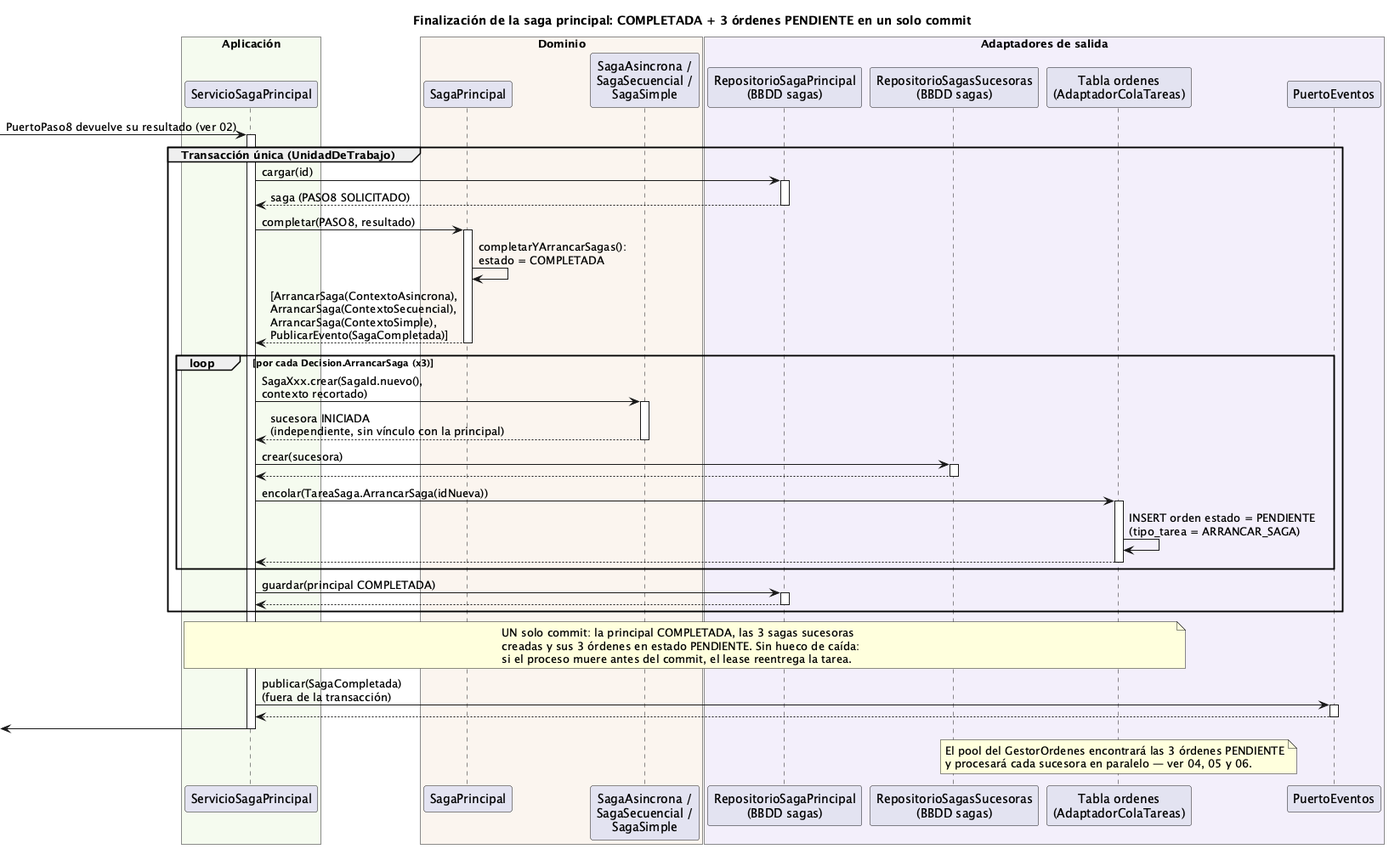
Earlier version of the PlantUML export order-manager/docs/03-finalizacion-saga-principal.png (ralcazar/patrones). The source it was exported from:
```plantuml
@startuml 03-finalizacion-saga-principal
title Finalización de la saga principal: COMPLETADA + 3 órdenes PENDIENTE en un solo commit

box "Aplicación" #F5FBEF
  participant "ServicioSagaPrincipal" as SVC
end box
box "Dominio" #FBF5EF
  participant "SagaPrincipal" as SAGA
  participant "SagaAsincrona /\nSagaSecuencial /\nSagaSimple" as SUC
end box
box "Adaptadores de salida" #F3EFFB
  participant "RepositorioSagaPrincipal\n(BBDD sagas)" as REPO
  participant "RepositorioSagasSucesoras\n(BBDD sagas)" as REPOS
  participant "Tabla ordenes\n(AdaptadorColaTareas)" as ORD
  participant "PuertoEventos" as EVT
end box

[-> SVC : PuertoPaso8 devuelve su resultado (ver 02)
activate SVC

group Transacción única (UnidadDeTrabajo)
  SVC -> REPO ++ : cargar(id)
  return saga (PASO8 SOLICITADO)
  SVC -> SAGA ++ : completar(PASO8, resultado)
  SAGA -> SAGA : completarYArrancarSagas():\nestado = COMPLETADA
  return [ArrancarSaga(ContextoAsincrona),\nArrancarSaga(ContextoSecuencial),\nArrancarSaga(ContextoSimple),\nPublicarEvento(SagaCompletada)]

  loop por cada Decision.ArrancarSaga (x3)
    SVC -> SUC ++ : SagaXxx.crear(SagaId.nuevo(),\ncontexto recortado)
    return sucesora INICIADA\n(independiente, sin vínculo con la principal)
    SVC -> REPOS ++ : crear(sucesora)
    return
    SVC -> ORD ++ : encolar(TareaSaga.ArrancarSaga(idNueva))
    ORD -> ORD : INSERT orden estado = PENDIENTE\n(tipo_tarea = ARRANCAR_SAGA)
    return
  end

  SVC -> REPO ++ : guardar(principal COMPLETADA)
  return
end

note over SVC, ORD
  UN solo commit: la principal COMPLETADA, las 3 sagas sucesoras
  creadas y sus 3 órdenes en estado PENDIENTE. Sin hueco de caída:
  si el proceso muere antes del commit, el lease reentrega la tarea.
end note

SVC -> EVT ++ : publicar(SagaCompletada)\n(fuera de la transacción)
return
[<- SVC
deactivate SVC

note over ORD
  El pool del GestorOrdenes encontrará las 3 órdenes PENDIENTE
  y procesará cada sucesora en paralelo — ver 04, 05 y 06.
end note
@enduml
```
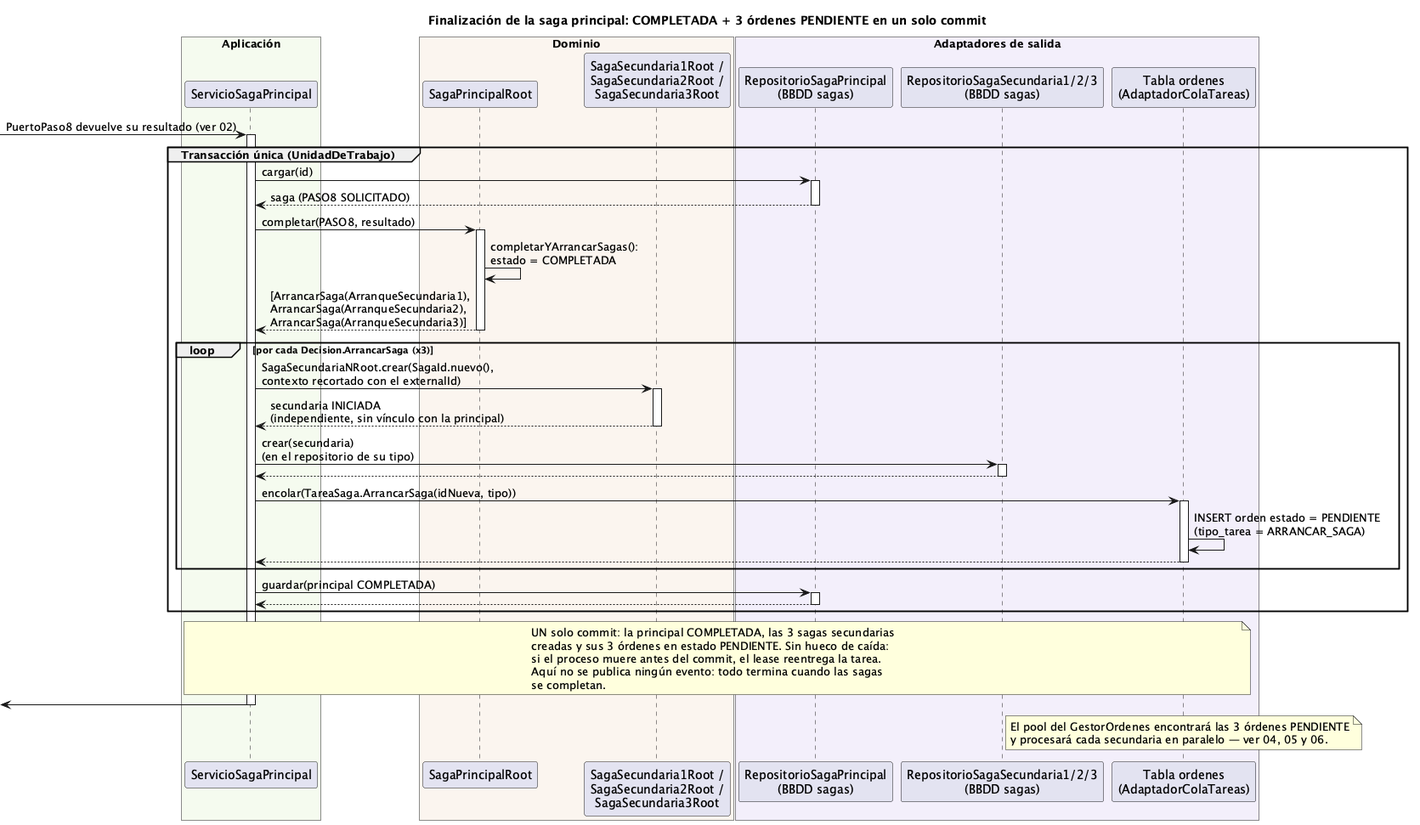
Later version of the same file.

Diff of the diagram source:
```diff
@@ -5,14 +5,13 @@
   participant "ServicioSagaPrincipal" as SVC
 end box
 box "Dominio" #FBF5EF
-  participant "SagaPrincipal" as SAGA
-  participant "SagaAsincrona /\nSagaSecuencial /\nSagaSimple" as SUC
+  participant "SagaPrincipalRoot" as SAGA
+  participant "SagaSecundaria1Root /\nSagaSecundaria2Root /\nSagaSecundaria3Root" as SEC
 end box
 box "Adaptadores de salida" #F3EFFB
   participant "RepositorioSagaPrincipal\n(BBDD sagas)" as REPO
-  participant "RepositorioSagasSucesoras\n(BBDD sagas)" as REPOS
+  participant "RepositorioSagaSecundaria1/2/3\n(BBDD sagas)" as REPOS
   participant "Tabla ordenes\n(AdaptadorColaTareas)" as ORD
-  participant "PuertoEventos" as EVT
 end box
 
 [-> SVC : PuertoPaso8 devuelve su resultado (ver 02)
@@ -23,14 +22,14 @@
   return saga (PASO8 SOLICITADO)
   SVC -> SAGA ++ : completar(PASO8, resultado)
   SAGA -> SAGA : completarYArrancarSagas():\nestado = COMPLETADA
-  return [ArrancarSaga(ContextoAsincrona),\nArrancarSaga(ContextoSecuencial),\nArrancarSaga(ContextoSimple),\nPublicarEvento(SagaCompletada)]
+  return [ArrancarSaga(ArranqueSecundaria1),\nArrancarSaga(ArranqueSecundaria2),\nArrancarSaga(ArranqueSecundaria3)]
 
   loop por cada Decision.ArrancarSaga (x3)
-    SVC -> SUC ++ : SagaXxx.crear(SagaId.nuevo(),\ncontexto recortado)
-    return sucesora INICIADA\n(independiente, sin vínculo con la principal)
-    SVC -> REPOS ++ : crear(sucesora)
+    SVC -> SEC ++ : SagaSecundariaNRoot.crear(SagaId.nuevo(),\ncontexto recortado con el externalId)
+    return secundaria INICIADA\n(independiente, sin vínculo con la principal)
+    SVC -> REPOS ++ : crear(secundaria)\n(en el repositorio de su tipo)
     return
-    SVC -> ORD ++ : encolar(TareaSaga.ArrancarSaga(idNueva))
+    SVC -> ORD ++ : encolar(TareaSaga.ArrancarSaga(idNueva, tipo))
     ORD -> ORD : INSERT orden estado = PENDIENTE\n(tipo_tarea = ARRANCAR_SAGA)
     return
   end
@@ -40,18 +39,18 @@
 end
 
 note over SVC, ORD
-  UN solo commit: la principal COMPLETADA, las 3 sagas sucesoras
+  UN solo commit: la principal COMPLETADA, las 3 sagas secundarias
   creadas y sus 3 órdenes en estado PENDIENTE. Sin hueco de caída:
   si el proceso muere antes del commit, el lease reentrega la tarea.
+  Aquí no se publica ningún evento: todo termina cuando las sagas
+  se completan.
 end note
 
-SVC -> EVT ++ : publicar(SagaCompletada)\n(fuera de la transacción)
-return
 [<- SVC
 deactivate SVC
 
 note over ORD
   El pool del GestorOrdenes encontrará las 3 órdenes PENDIENTE
-  y procesará cada sucesora en paralelo — ver 04, 05 y 06.
+  y procesará cada secundaria en paralelo — ver 04, 05 y 06.
 end note
 @enduml
```
